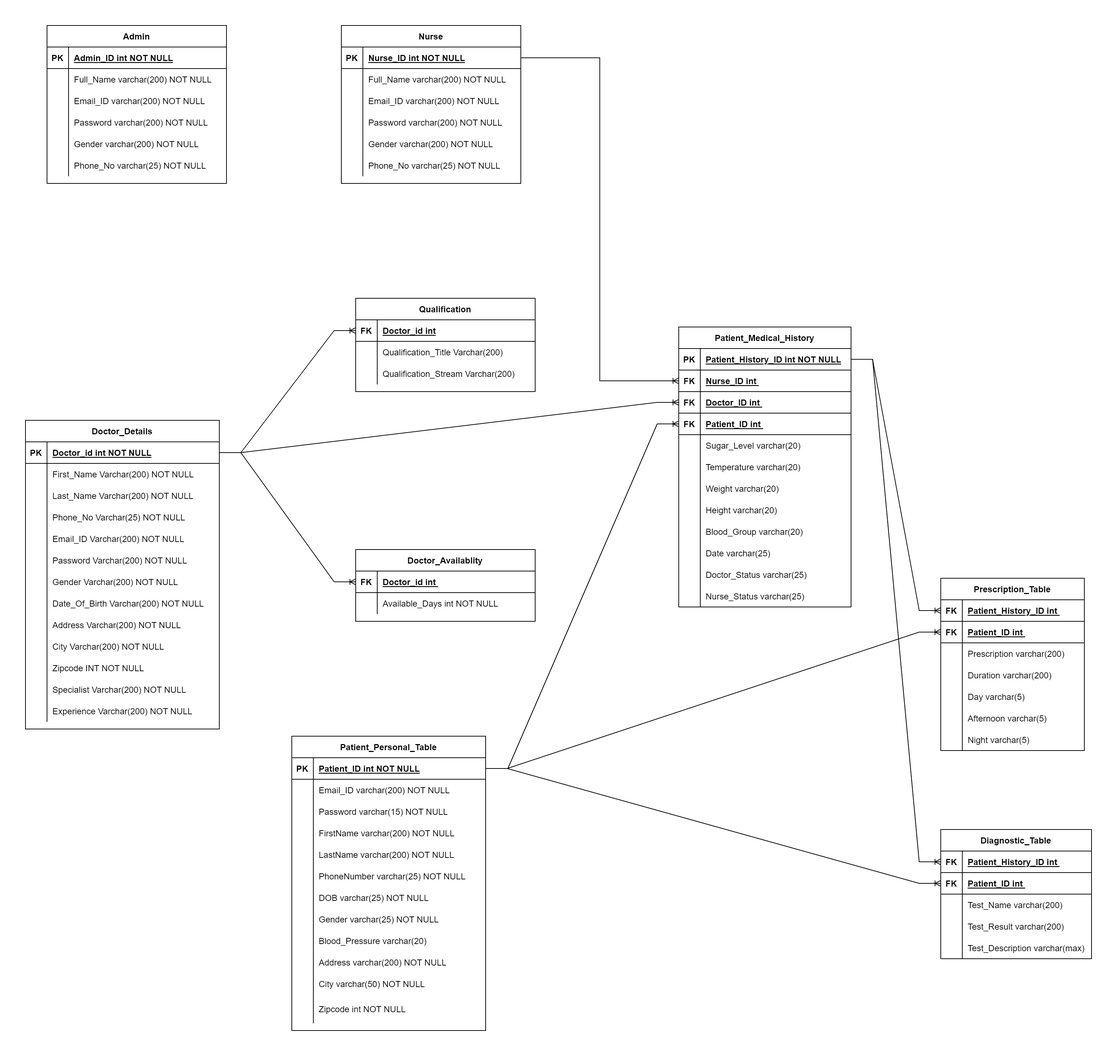
Before: ER_Diagram/ER_Diagram_Hospital_Management.png, a diagram exported from draw.io (221219-dotnet-fs-chennai/poseidon-programs). Source tidied: cells renumbered, new cells last; positions are measured from the earlier drawing's top-left corner, leaving out a move shared by most shapes.
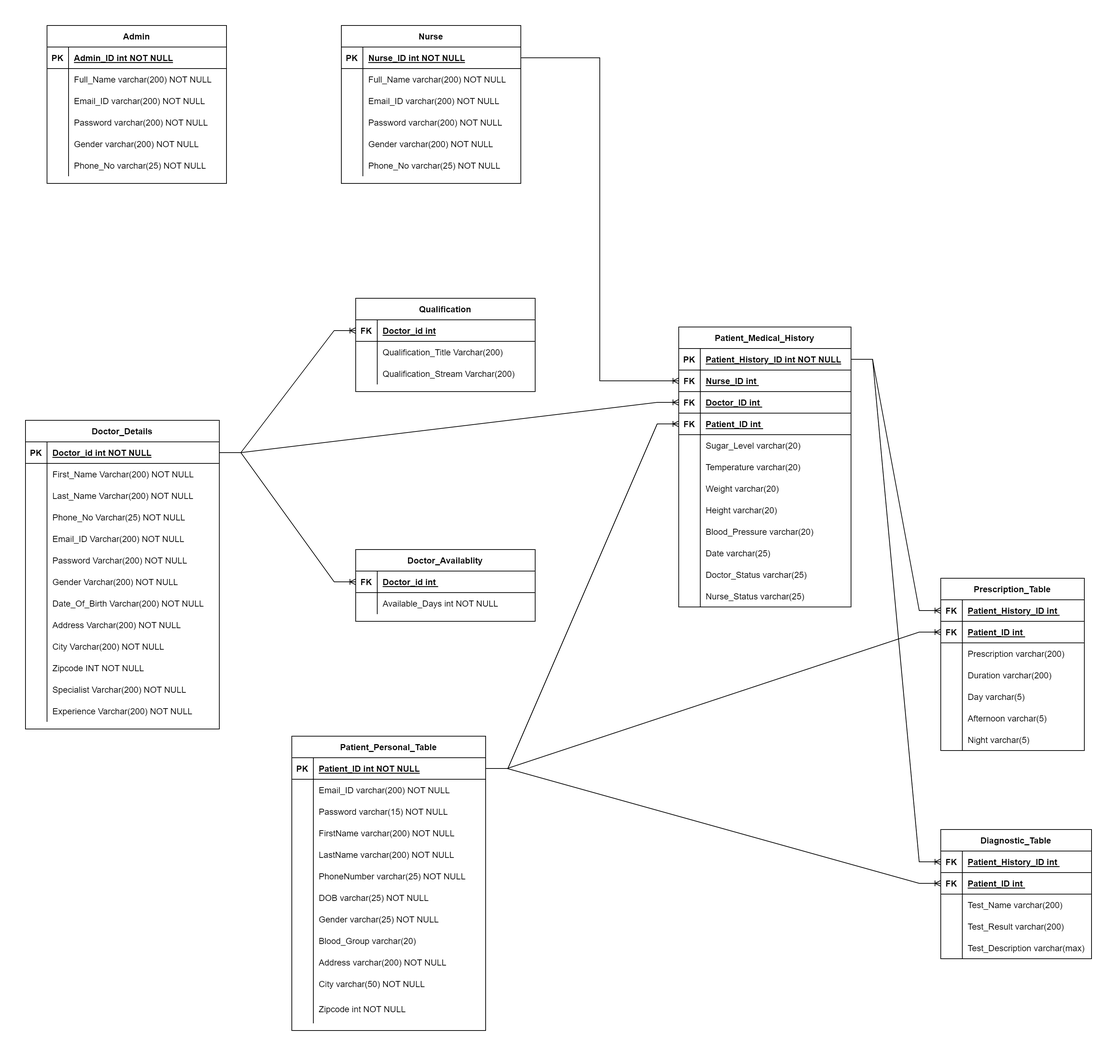
The same file after the commit.

Change to the diagram source:
```diff
@@ -254,9 +254,9 @@
     <mxCell id="85" style="shape=partialRectangle;overflow=hidden;fillColor=none;top=0;left=0;bottom=0;right=0;" parent="84" vertex="1">
       <mxGeometry width="30" height="30" as="geometry" />
     </mxCell>
-    <mxCell id="86" value="Blood_Pressure varchar(20)" style="shape=partialRectangle;overflow=hidden;fillColor=none;top=0;left=0;bottom=0;right=0;align=left;spacingLeft=6;" parent="84" vertex="1">
-      <mxGeometry x="30" width="240" height="30" as="geometry" />
-    </mxCell>
+    <mxCell id="218" value="Blood_Group varchar(20)" style="shape=partialRectangle;overflow=hidden;fillColor=none;top=0;left=0;bottom=0;right=0;align=left;spacingLeft=6;" parent="84" vertex="1">
+      <mxGeometry x="30" width="240" height="30" as="geometry" />
+    </mxCell>
     <mxCell id="87" style="shape=partialRectangle;fillColor=none;top=0;left=0;right=0;bottom=0;" parent="59" vertex="1">
       <mxGeometry y="300" width="270" height="30" as="geometry" />
     </mxCell>
@@ -365,7 +365,7 @@
     <mxCell id="122" style="shape=partialRectangle;fillColor=none;top=0;left=0;bottom=0;right=0;overflow=hidden;" parent="121" vertex="1">
       <mxGeometry width="30" height="30" as="geometry" />
     </mxCell>
-    <mxCell id="123" value="Blood_Group varchar(20)" style="shape=partialRectangle;fillColor=none;top=0;left=0;bottom=0;right=0;align=left;spacingLeft=6;overflow=hidden;" parent="121" vertex="1">
+    <mxCell id="123" value="Blood_Pressure varchar(20)" style="shape=partialRectangle;fillColor=none;top=0;left=0;bottom=0;right=0;align=left;spacingLeft=6;overflow=hidden;" parent="121" vertex="1">
       <mxGeometry x="30" width="210" height="30" as="geometry" />
     </mxCell>
     <mxCell id="124" style="shape=tableRow;horizontal=0;startSize=0;swimlaneHead=0;swimlaneBody=0;fillColor=none;top=0;left=0;right=0;bottom=0;" parent="96" vertex="1">
```
